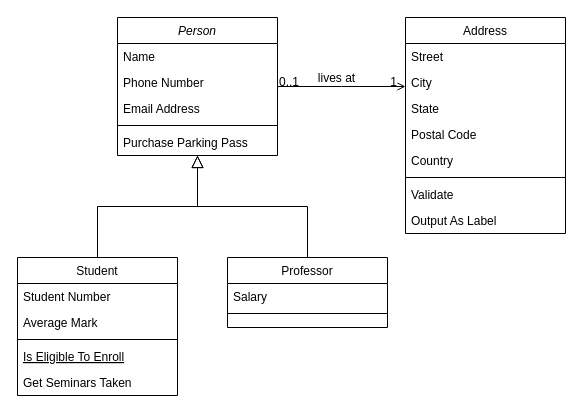
Above: Untitled Diagram.drawio in douda-team/blog (draw.io), before the change. Source tidied: cells renumbered, new cells numbered last; positions are measured from the earlier drawing's top-left corner, leaving out a move shared by most shapes. Both pictures are drawn from the tidied source at 100%, with x=0, y=0 at pixel (17, 17).
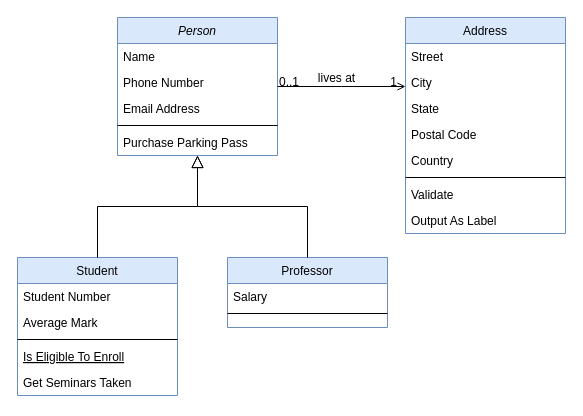
After the change.

Change to the diagram source:
```diff
@@
-    <mxCell id="2" value="Person" style="swimlane;fontStyle=2;align=center;verticalAlign=top;horizontal=1;startSize=26;rounded=0;shadow=0;strokeWidth=1;" parent="1" vertex="1">
+    <mxCell id="2" value="Person" style="swimlane;fontStyle=2;align=center;verticalAlign=top;horizontal=1;startSize=26;rounded=0;shadow=0;strokeWidth=1;fillColor=#dae8fc;strokeColor=#6c8ebf;" parent="1" vertex="1">
       <mxGeometry x="100" width="160" height="138" as="geometry" />
     </mxCell>
@@
-    <mxCell id="8" value="Student" style="swimlane;fontStyle=0;align=center;verticalAlign=top;horizontal=1;startSize=26;rounded=0;shadow=0;strokeWidth=1;" parent="1" vertex="1">
+    <mxCell id="8" value="Student" style="swimlane;fontStyle=0;align=center;verticalAlign=top;horizontal=1;startSize=26;rounded=0;shadow=0;strokeWidth=1;fillColor=#dae8fc;strokeColor=#6c8ebf;" parent="1" vertex="1">
       <mxGeometry y="240" width="160" height="138" as="geometry" />
     </mxCell>
@@
-    <mxCell id="15" value="Professor" style="swimlane;fontStyle=0;align=center;verticalAlign=top;horizontal=1;startSize=26;rounded=0;shadow=0;strokeWidth=1;" parent="1" vertex="1">
+    <mxCell id="15" value="Professor" style="swimlane;fontStyle=0;align=center;verticalAlign=top;horizontal=1;startSize=26;rounded=0;shadow=0;strokeWidth=1;fillColor=#dae8fc;strokeColor=#6c8ebf;" parent="1" vertex="1">
       <mxGeometry x="210" y="240" width="160" height="70" as="geometry" />
     </mxCell>
@@
-    <mxCell id="19" value="Address" style="swimlane;fontStyle=0;align=center;verticalAlign=top;horizontal=1;startSize=26;rounded=0;shadow=0;strokeWidth=1;" parent="1" vertex="1">
+    <mxCell id="19" value="Address" style="swimlane;fontStyle=0;align=center;verticalAlign=top;horizontal=1;startSize=26;rounded=0;shadow=0;strokeWidth=1;fillColor=#dae8fc;strokeColor=#6c8ebf;" parent="1" vertex="1">
       <mxGeometry x="388" width="160" height="216" as="geometry" />
     </mxCell>
```
